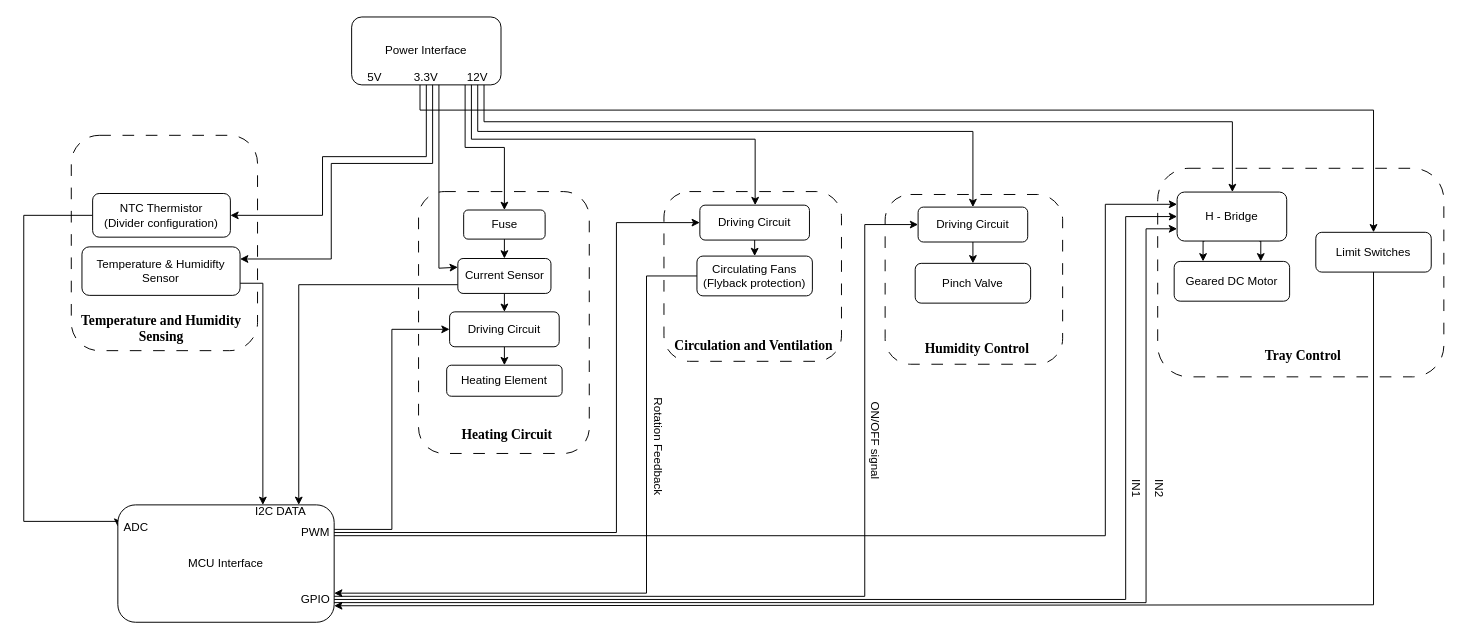
Before: docs/Temp & humidity control.drawio in musyani-io/solar-powered-incubator, a draw.io diagram. Source tidied: cells renumbered, new cells numbered last; positions are measured from the earlier drawing's top-left corner, leaving out a move shared by most shapes. Both pictures are drawn from the tidied source at 97%, with x=0, y=0 at pixel (23, 16).
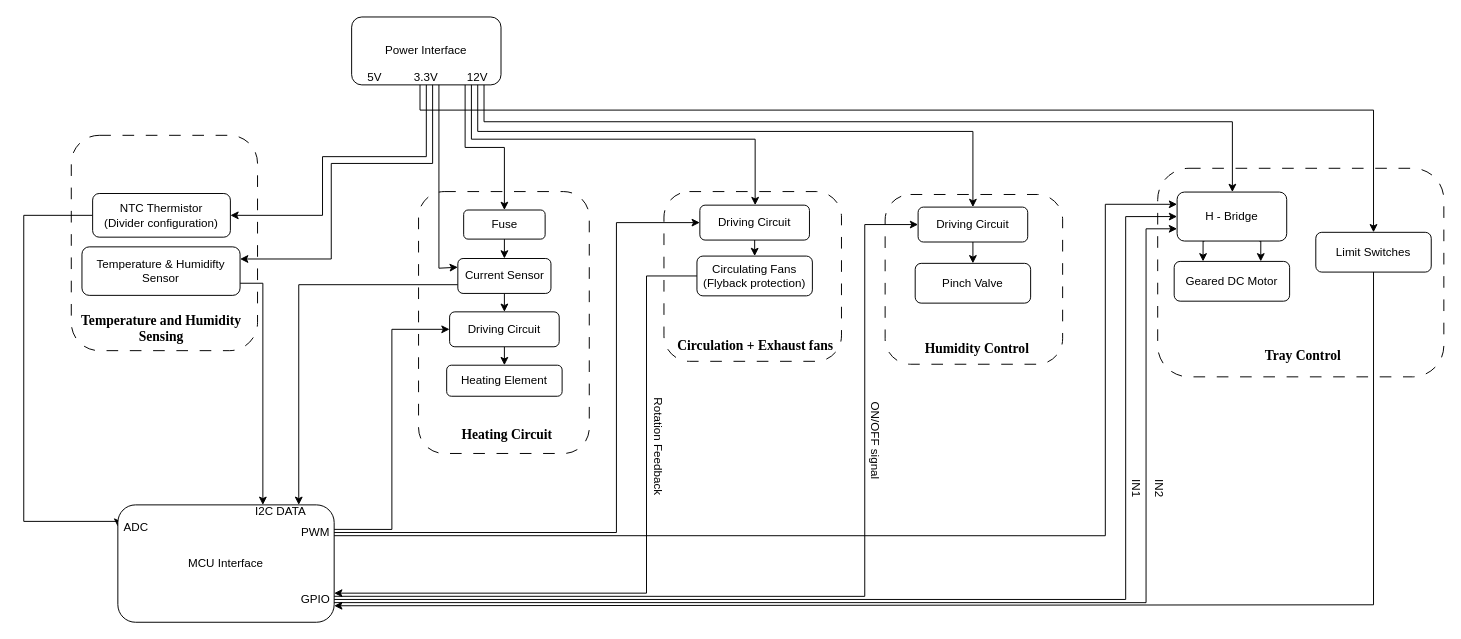
The same page after the edit.

Commit message:
fix: final change - awaiting response

Diff of the diagram source:
```diff
@@
-    <mxCell id="44" value="Circulation and Ventilation&amp;nbsp;" style="text;html=1;whiteSpace=wrap;strokeColor=none;fillColor=none;align=center;verticalAlign=middle;rounded=0;fontFamily=Times New Roman;fontSize=14;fontStyle=1;" parent="1" vertex="1">
+    <mxCell id="44" value="Circulation + Exhaust fans" style="text;html=1;whiteSpace=wrap;strokeColor=none;fillColor=none;align=center;verticalAlign=middle;rounded=0;fontFamily=Times New Roman;fontSize=14;fontStyle=1;" parent="1" vertex="1">
       <mxGeometry x="670" y="317" width="169" height="45" as="geometry" />
     </mxCell>
```
